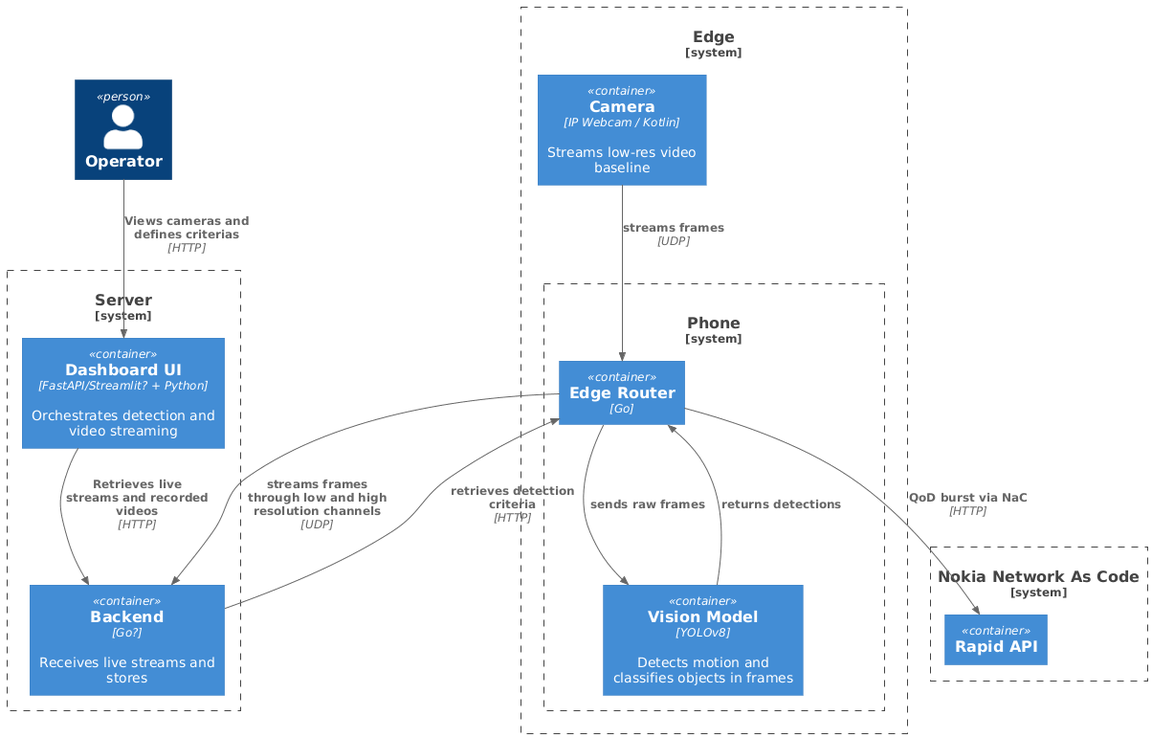
vladis-exe/Hackathon-2026---T19 keeps this PlantUML diagram as diagrams/c4_container.png. Above is the earlier version. Its diagram source:
```plantuml
@startuml c4_container

!include https://raw.githubusercontent.com/plantuml-stdlib/C4-PlantUML/master/C4_Container.puml

Person(operator, "Operator", "")

System_Boundary(edge, "Edge") {
    Container(cam, "Camera", "IP Webcam / Kotlin", "Streams low-res video baseline")
    System_Boundary(phone, "Phone", "Mobile Device", "NaC device — gets QoD bandwidth burst") {
      Container(edgeRouter, "Edge Router", "Go", "")
      Container(vision, "Vision Model", "YOLOv8", "Detects motion and classifies objects in frames")
    }
}

System_Boundary(server, "Server") {
    Container(backend, "Backend", "Go?", "Receives live streams and stores")
    Container(dashboardUI, "Dashboard UI", "FastAPI/Streamlit? + Python", "Orchestrates detection and video streaming")
}

System_Boundary(nokiaNetworkAsCode, "Nokia Network As Code") {
    Container(rapidAPI, "Rapid API", "")

}


Rel(cam, edgeRouter, "streams frames", "UDP")
Rel(edgeRouter, backend, "streams frames through low and high resolution channels", "UDP")
Rel(backend, edgeRouter, "retrieves detection criteria", "HTTP")
Rel(edgeRouter, vision, "sends raw frames", "")
Rel(vision, edgeRouter, "returns detections", "")
Rel(edgeRouter, rapidAPI, "QoD burst via NaC", "HTTP")
Rel(operator, dashboardUI, "Views cameras and defines criterias", "HTTP")
Rel(dashboardUI, backend, "Retrieves live streams and recorded videos", "HTTP")

@enduml
```
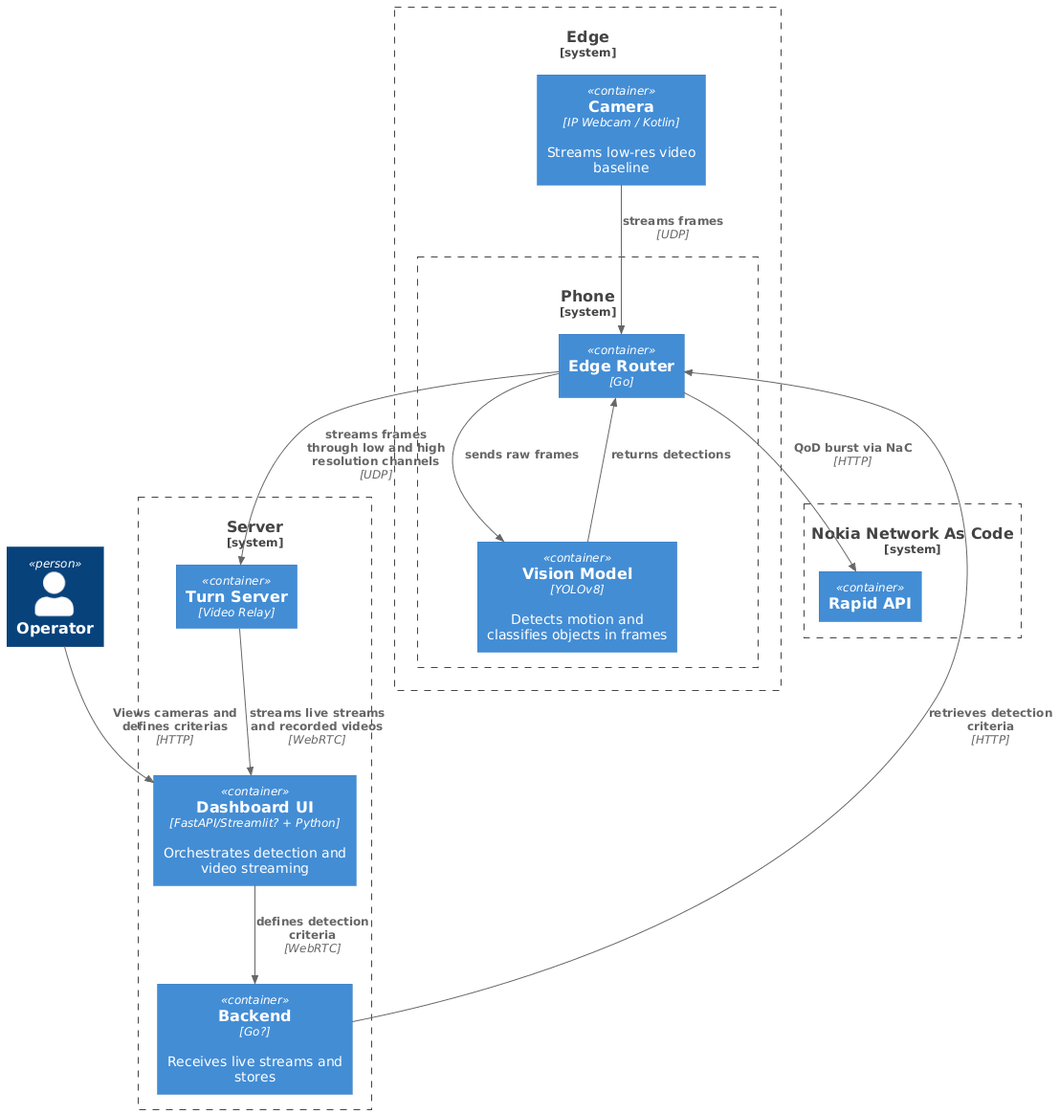
After the commit.

Commit message:
added turnserver for video relay on c4 diagram.

Diff of the diagram source:
```diff
@@ -13,6 +13,7 @@
 }
 
 System_Boundary(server, "Server") {
+    Container(turnServer, "Turn Server", "Video Relay")
     Container(backend, "Backend", "Go?", "Receives live streams and stores")
     Container(dashboardUI, "Dashboard UI", "FastAPI/Streamlit? + Python", "Orchestrates detection and video streaming")
 }
@@ -24,12 +25,16 @@
 
 
 Rel(cam, edgeRouter, "streams frames", "UDP")
-Rel(edgeRouter, backend, "streams frames through low and high resolution channels", "UDP")
+Rel(edgeRouter, turnServer, "streams frames through low and high resolution channels", "UDP")
+
 Rel(backend, edgeRouter, "retrieves detection criteria", "HTTP")
 Rel(edgeRouter, vision, "sends raw frames", "")
 Rel(vision, edgeRouter, "returns detections", "")
 Rel(edgeRouter, rapidAPI, "QoD burst via NaC", "HTTP")
 Rel(operator, dashboardUI, "Views cameras and defines criterias", "HTTP")
-Rel(dashboardUI, backend, "Retrieves live streams and recorded videos", "HTTP")
+Rel(turnServer, dashboardUI, "streams live streams and recorded videos", "WebRTC")
+Rel(dashboardUI, backend, "defines detection criteria", "WebRTC")
+
+
 
 @enduml
```
